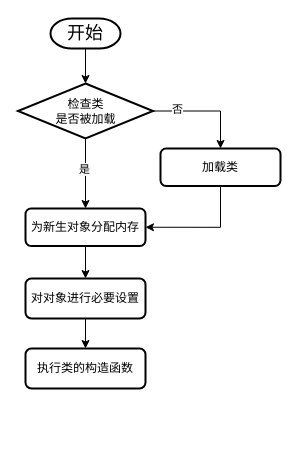
Earlier version of the draw.io diagram Java对象创建.drawio (ych1016/JVM). Source tidied: cells renumbered, new cells numbered last; positions are measured from the earlier drawing's top-left corner, leaving out a move shared by most shapes. Both pictures are drawn from the tidied source at 100%, with x=0, y=0 at pixel (18, 18).
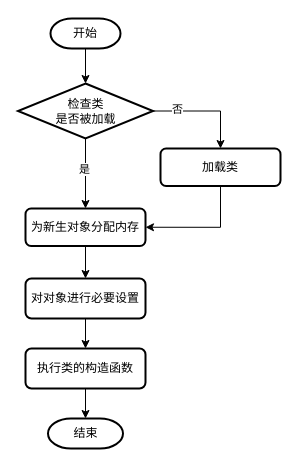
The same page after the edit.

Commit message (it also covers changes not shown here):
更新Java对象创建.drawio

Diff of the diagram source:
```diff
@@
 <mxGraphModel>
   <root>
     <mxCell id="0" />
     <mxCell id="1" parent="0" />
     <mxCell id="2" style="edgeStyle=orthogonalEdgeStyle;rounded=0;jettySize=auto;html=1;" parent="1" edge="1" source="3" target="8">
       <mxGeometry relative="1" as="geometry" />
     </mxCell>
-    <mxCell id="3" value="&lt;font style=&quot;font-size: 18px;&quot;&gt;开始&lt;/font&gt;" style="strokeWidth=2;html=1;shape=mxgraph.flowchart.terminator;whiteSpace=wrap;" parent="1" vertex="1">
+    <mxCell id="3" value="&lt;font style=&quot;font-size: 12px;&quot;&gt;开始&lt;/font&gt;" style="strokeWidth=2;html=1;shape=mxgraph.flowchart.terminator;whiteSpace=wrap;" parent="1" vertex="1">
       <mxGeometry x="32" width="70" height="30" as="geometry" />
     </mxCell>
     <mxCell id="4" style="edgeStyle=orthogonalEdgeStyle;rounded=0;jettySize=auto;html=1;" parent="1" edge="1" source="8" target="10">
       <mxGeometry relative="1" as="geometry" />
     </mxCell>
     <mxCell id="5" value="是" style="edgeLabel;html=1;align=center;verticalAlign=middle;" parent="4" vertex="1">
       <mxGeometry x="-0.14" y="-2" relative="1" as="geometry" />
     </mxCell>
     <mxCell id="6" style="edgeStyle=orthogonalEdgeStyle;rounded=0;jettySize=auto;html=1;entryX=0.5;entryY=0;entryDx=0;entryDy=0;" parent="1" edge="1" source="8" target="12">
       <mxGeometry relative="1" as="geometry" />
     </mxCell>
     <mxCell id="7" value="否" style="edgeLabel;html=1;align=center;verticalAlign=middle;" parent="6" vertex="1">
       <mxGeometry x="-0.54" y="2" relative="1" as="geometry" />
     </mxCell>
     <mxCell id="8" value="检查类&lt;div&gt;是否被加载&lt;/div&gt;" style="rhombus;whiteSpace=wrap;html=1;strokeWidth=2;" parent="1" vertex="1">
       <mxGeometry x="-0.5" y="65" width="135" height="55" as="geometry" />
     </mxCell>
     <mxCell id="9" style="edgeStyle=orthogonalEdgeStyle;rounded=0;jettySize=auto;html=1;" parent="1" edge="1" source="10" target="14">
       <mxGeometry relative="1" as="geometry" />
     </mxCell>
     <mxCell id="10" value="为新生对象分配内存" style="rounded=1;whiteSpace=wrap;html=1;strokeWidth=2;" parent="1" vertex="1">
       <mxGeometry x="7" y="190" width="120" height="37.5" as="geometry" />
     </mxCell>
     <mxCell id="11" style="edgeStyle=orthogonalEdgeStyle;rounded=0;jettySize=auto;html=1;entryX=1;entryY=0.5;entryDx=0;entryDy=0;exitX=0.5;exitY=1;exitDx=0;exitDy=0;" parent="1" edge="1" source="12" target="10">
       <mxGeometry relative="1" as="geometry" />
     </mxCell>
     <mxCell id="12" value="加载类" style="rounded=1;whiteSpace=wrap;html=1;strokeWidth=2;" parent="1" vertex="1">
       <mxGeometry x="142" y="130" width="120" height="37.5" as="geometry" />
     </mxCell>
     <mxCell id="13" style="edgeStyle=orthogonalEdgeStyle;rounded=0;jettySize=auto;html=1;" parent="1" edge="1" source="14" target="15">
       <mxGeometry relative="1" as="geometry" />
     </mxCell>
     <mxCell id="14" value="对对象进行必要设置" style="rounded=1;whiteSpace=wrap;html=1;strokeWidth=2;" parent="1" vertex="1">
       <mxGeometry x="7" y="260" width="120" height="40" as="geometry" />
     </mxCell>
+    <mxCell id="16" style="edgeStyle=orthogonalEdgeStyle;rounded=0;jettySize=auto;html=1;" parent="1" edge="1" source="15" target="17">
+      <mxGeometry relative="1" as="geometry" />
+    </mxCell>
     <mxCell id="15" value="执行类的构造函数" style="rounded=1;whiteSpace=wrap;html=1;strokeWidth=2;" parent="1" vertex="1">
       <mxGeometry x="7" y="330" width="120" height="40" as="geometry" />
     </mxCell>
+    <mxCell id="17" value="结束" style="strokeWidth=2;html=1;shape=mxgraph.flowchart.terminator;whiteSpace=wrap;" parent="1" vertex="1">
+      <mxGeometry x="29.5" y="400" width="75" height="30" as="geometry" />
+    </mxCell>
   </root>
 </mxGraphModel>
```
